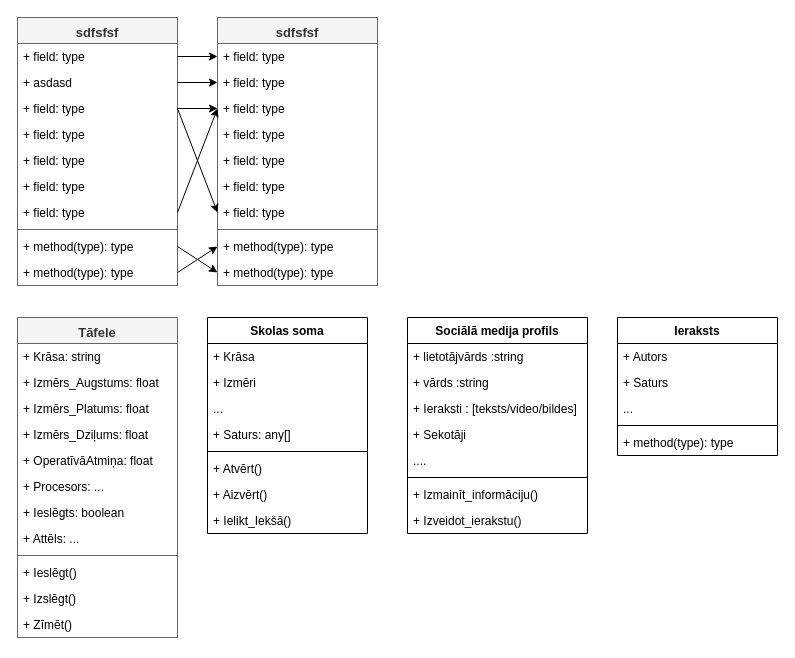
Above: 11_nodarbiba.drawio in idmelkis/11-1-2025 (draw.io), before the change. Source tidied: cells renumbered, new cells numbered last; positions are measured from the earlier drawing's top-left corner, leaving out a move shared by most shapes. Both pictures are drawn from the tidied source at 100%, with x=0, y=0 at pixel (17, 17).
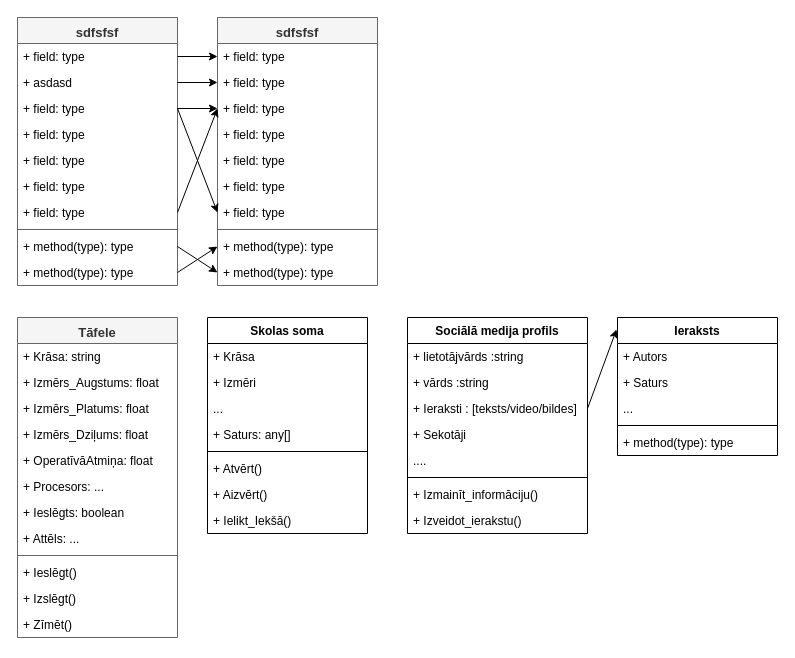
Above is the later version.

Unchanged cells that the change refers to:
```xml
<mxCell id="56" value="+ Ieraksti : [teksts/video/bildes]" style="text;strokeColor=none;fillColor=none;align=left;verticalAlign=top;spacingLeft=4;spacingRight=4;overflow=hidden;points=[[0,0.5],[1,0.5]];portConstraint=eastwest;whiteSpace=wrap;html=1;" parent="53" vertex="1">
  <mxGeometry y="78" width="180" height="26" as="geometry" />
</mxCell>
<mxCell id="62" value="Ieraksts" style="swimlane;fontStyle=1;align=center;verticalAlign=top;horizontal=1;startSize=26;whiteSpace=wrap;html=1;" parent="1" vertex="1">
  <mxGeometry x="600" y="300" width="160" height="138" as="geometry" />
</mxCell>
```

Change to the diagram source:
```diff
@@
+    <mxCell id="68" style="edgeStyle=none;html=1;exitX=1;exitY=0.5;exitDx=0;exitDy=0;entryX=-0.006;entryY=0.087;entryDx=0;entryDy=0;entryPerimeter=0;" parent="1" edge="1" source="56" target="62">
+      <mxGeometry relative="1" as="geometry" />
+    </mxCell>
```
